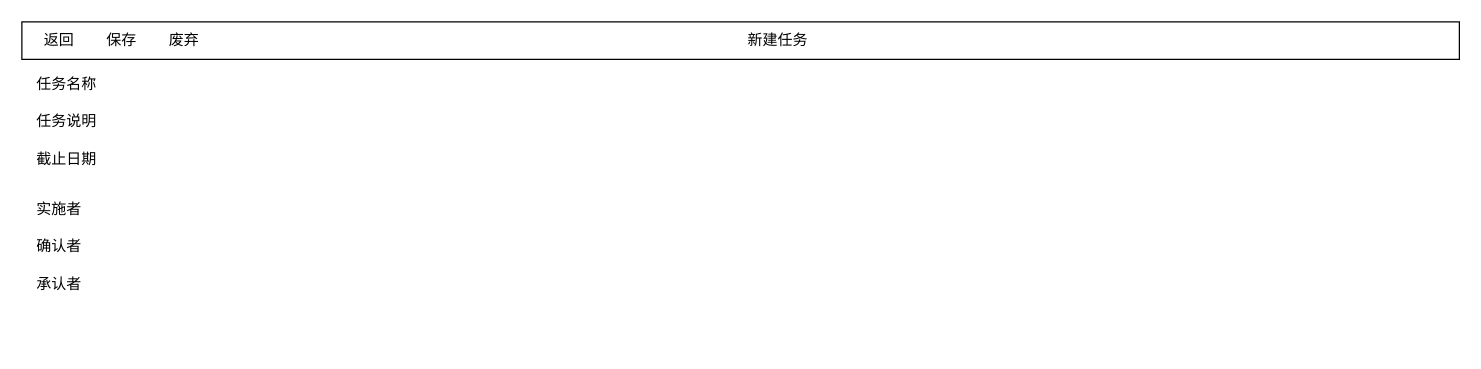
This is page "pm-project-create-task-management" (17 of 21) of project-in-action/software-develop-management-system/doc/design/ui/sdms.drawio from callistoctopus/project-all-in-one, a draw.io file, before an edit. Source tidied: cells renumbered, new cells numbered last; positions are measured from the earlier drawing's top-left corner, leaving out a move shared by most shapes. Both pictures are drawn from the tidied source at 125%, with x=0, y=0 at pixel (21, 21).
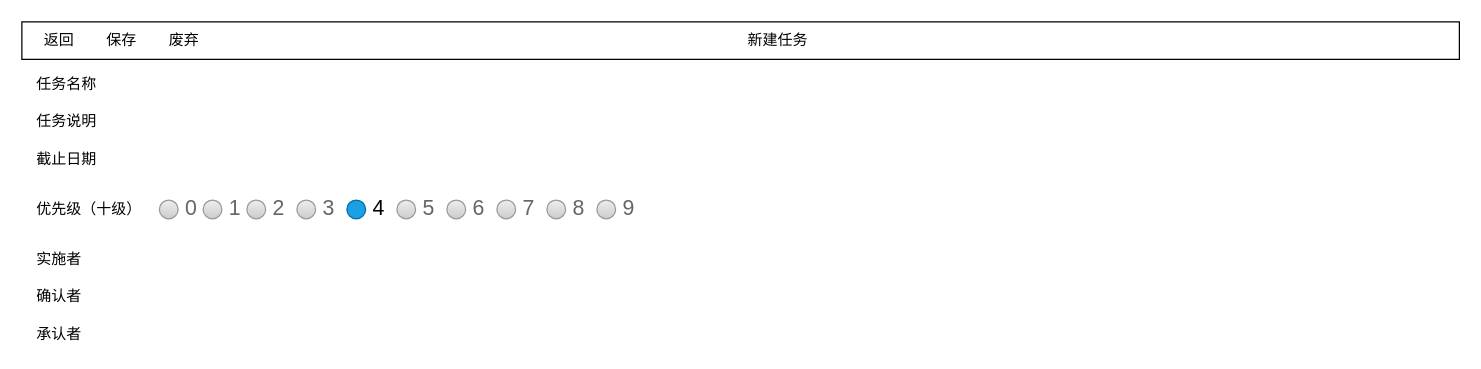
The same page after the edit.

Diff of the diagram source:
```diff
@@
     <mxCell id="8" value="实施者" style="text;html=1;strokeColor=none;fillColor=none;align=left;verticalAlign=middle;whiteSpace=wrap;rounded=0;" parent="1" vertex="1">
-      <mxGeometry x="10" y="140" width="120" height="20" as="geometry" />
+      <mxGeometry x="10" y="180" width="120" height="20" as="geometry" />
     </mxCell>
     <mxCell id="9" value="确认者" style="text;html=1;strokeColor=none;fillColor=none;align=left;verticalAlign=middle;whiteSpace=wrap;rounded=0;" parent="1" vertex="1">
-      <mxGeometry x="10" y="170" width="120" height="20" as="geometry" />
+      <mxGeometry x="10" y="210" width="120" height="20" as="geometry" />
     </mxCell>
     <mxCell id="10" value="承认者" style="text;html=1;strokeColor=none;fillColor=none;align=left;verticalAlign=middle;whiteSpace=wrap;rounded=0;" parent="1" vertex="1">
-      <mxGeometry x="10" y="200" width="120" height="20" as="geometry" />
+      <mxGeometry x="10" y="240" width="120" height="20" as="geometry" />
     </mxCell>
@@
+    <mxCell id="13" value="优先级（十级）" style="text;html=1;strokeColor=none;fillColor=none;align=left;verticalAlign=middle;whiteSpace=wrap;rounded=0;" parent="1" vertex="1">
+      <mxGeometry x="10" y="140" width="120" height="20" as="geometry" />
+    </mxCell>
+    <mxCell id="14" value="0" style="shape=ellipse;fillColor=#eeeeee;strokeColor=#999999;gradientColor=#cccccc;html=1;align=left;spacingLeft=4;fontSize=17;fontColor=#666666;labelPosition=right;shadow=0;" parent="1" vertex="1">
+      <mxGeometry x="110" y="142.5" width="15" height="15" as="geometry" />
+    </mxCell>
+    <mxCell id="15" value="1" style="shape=ellipse;fillColor=#eeeeee;strokeColor=#999999;gradientColor=#cccccc;html=1;align=left;spacingLeft=4;fontSize=17;fontColor=#666666;labelPosition=right;shadow=0;" parent="1" vertex="1">
+      <mxGeometry x="145" y="142.5" width="15" height="15" as="geometry" />
+    </mxCell>
+    <mxCell id="16" value="2" style="shape=ellipse;fillColor=#eeeeee;strokeColor=#999999;gradientColor=#cccccc;html=1;align=left;spacingLeft=4;fontSize=17;fontColor=#666666;labelPosition=right;shadow=0;" parent="1" vertex="1">
+      <mxGeometry x="180" y="142.5" width="15" height="15" as="geometry" />
+    </mxCell>
+    <mxCell id="17" value="3" style="shape=ellipse;fillColor=#eeeeee;strokeColor=#999999;gradientColor=#cccccc;html=1;align=left;spacingLeft=4;fontSize=17;fontColor=#666666;labelPosition=right;shadow=0;" parent="1" vertex="1">
+      <mxGeometry x="220" y="142.5" width="15" height="15" as="geometry" />
+    </mxCell>
+    <mxCell id="18" value="4" style="shape=ellipse;fillColor=#1ba1e2;strokeColor=#006EAF;html=1;align=left;spacingLeft=4;fontSize=17;labelPosition=right;shadow=0;sketch=0;" parent="1" vertex="1">
+      <mxGeometry x="260" y="142.5" width="15" height="15" as="geometry" />
+    </mxCell>
+    <mxCell id="19" value="5" style="shape=ellipse;fillColor=#eeeeee;strokeColor=#999999;gradientColor=#cccccc;html=1;align=left;spacingLeft=4;fontSize=17;fontColor=#666666;labelPosition=right;shadow=0;" parent="1" vertex="1">
+      <mxGeometry x="300" y="142.5" width="15" height="15" as="geometry" />
+    </mxCell>
+    <mxCell id="20" value="6" style="shape=ellipse;fillColor=#eeeeee;strokeColor=#999999;gradientColor=#cccccc;html=1;align=left;spacingLeft=4;fontSize=17;fontColor=#666666;labelPosition=right;shadow=0;" parent="1" vertex="1">
+      <mxGeometry x="340" y="142.5" width="15" height="15" as="geometry" />
+    </mxCell>
+    <mxCell id="21" value="7" style="shape=ellipse;fillColor=#eeeeee;strokeColor=#999999;gradientColor=#cccccc;html=1;align=left;spacingLeft=4;fontSize=17;fontColor=#666666;labelPosition=right;shadow=0;" parent="1" vertex="1">
+      <mxGeometry x="380" y="142.5" width="15" height="15" as="geometry" />
+    </mxCell>
+    <mxCell id="22" value="8" style="shape=ellipse;fillColor=#eeeeee;strokeColor=#999999;gradientColor=#cccccc;html=1;align=left;spacingLeft=4;fontSize=17;fontColor=#666666;labelPosition=right;shadow=0;" parent="1" vertex="1">
+      <mxGeometry x="420" y="142.5" width="15" height="15" as="geometry" />
+    </mxCell>
+    <mxCell id="23" value="9" style="shape=ellipse;fillColor=#eeeeee;strokeColor=#999999;gradientColor=#cccccc;html=1;align=left;spacingLeft=4;fontSize=17;fontColor=#666666;labelPosition=right;shadow=0;" parent="1" vertex="1">
+      <mxGeometry x="460" y="142.5" width="15" height="15" as="geometry" />
+    </mxCell>
```
